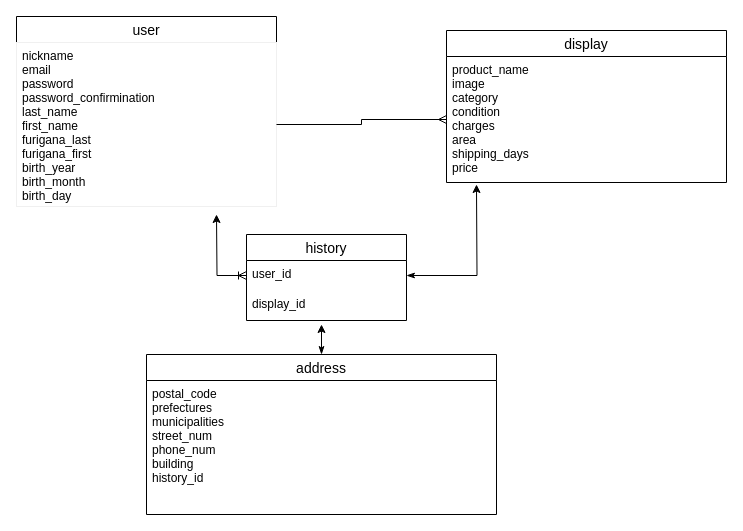
Before: furima.dio in isseiyasuda/furima-31961, a draw.io diagram. Source tidied: cells renumbered, new cells numbered last; positions are measured from the earlier drawing's top-left corner, leaving out a move shared by most shapes. Both pictures are drawn from the tidied source at 100%, with x=0, y=0 at pixel (16, 16).
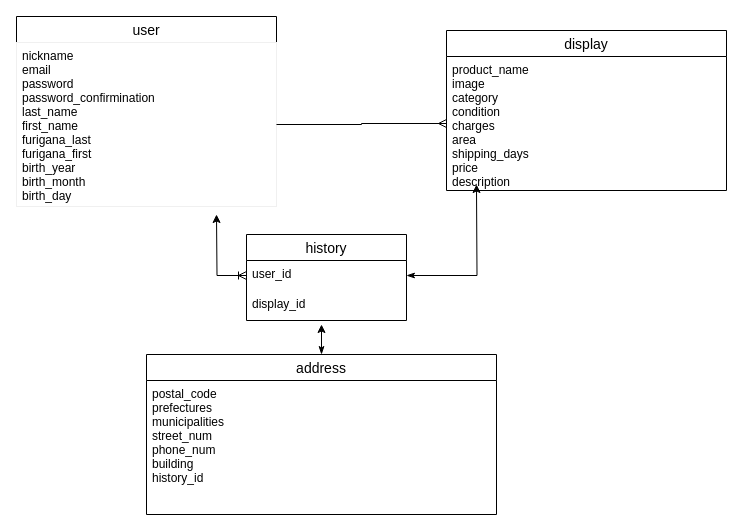
The same page after the edit.

Change to the diagram source:
```diff
@@
 <mxGraphModel>
   <root>
     <mxCell id="0" />
     <mxCell id="1" parent="0" />
     <mxCell id="2" value="user" style="swimlane;fontStyle=0;horizontal=1;startSize=26;align=center;fontSize=14;" parent="1" vertex="1">
       <mxGeometry width="260" height="190" as="geometry" />
     </mxCell>
     <mxCell id="3" value="nickname&#10;email&#10;password&#10;password_confirmination&#10;last_name&#10;first_name&#10;furigana_last&#10;furigana_first&#10;birth_year&#10;birth_month&#10;birth_day&#10;" style="text;fillColor=none;spacingLeft=4;spacingRight=4;overflow=hidden;points=[[0,0.5],[1,0.5]];portConstraint=eastwest;fontSize=12;strokeColor=#f0f0f0;" parent="2" vertex="1">
       <mxGeometry y="26" width="260" height="164" as="geometry" />
     </mxCell>
     <mxCell id="4" value="display" style="swimlane;fontStyle=0;horizontal=1;startSize=26;align=center;fontSize=14;" parent="1" vertex="1">
-      <mxGeometry x="430" y="14" width="280" height="152" as="geometry" />
+      <mxGeometry x="430" y="14" width="280" height="160" as="geometry" />
     </mxCell>
-    <mxCell id="5" value="product_name&#10;image&#10;category&#10;condition&#10;charges&#10;area&#10;shipping_days&#10;price" style="text;strokeColor=none;fillColor=none;spacingLeft=4;spacingRight=4;overflow=hidden;points=[[0,0.5],[1,0.5]];portConstraint=eastwest;fontSize=12;" parent="4" vertex="1">
-      <mxGeometry y="26" width="280" height="126" as="geometry" />
+    <mxCell id="5" value="product_name&#10;image&#10;category&#10;condition&#10;charges&#10;area&#10;shipping_days&#10;price&#10;description" style="text;strokeColor=none;fillColor=none;spacingLeft=4;spacingRight=4;overflow=hidden;points=[[0,0.5],[1,0.5]];portConstraint=eastwest;fontSize=12;" parent="4" vertex="1">
+      <mxGeometry y="26" width="280" height="134" as="geometry" />
     </mxCell>
     <mxCell id="6" style="edgeStyle=orthogonalEdgeStyle;rounded=0;jettySize=auto;html=1;exitX=0.5;exitY=0;exitDx=0;exitDy=0;startArrow=classicThin;startFill=1;" parent="1" edge="1" source="7">
       <mxGeometry relative="1" as="geometry">
         <mxPoint x="305" y="308" as="targetPoint" />
       </mxGeometry>
     </mxCell>
     <mxCell id="7" value="address" style="swimlane;fontStyle=0;horizontal=1;startSize=26;align=center;fontSize=14;" parent="1" vertex="1">
       <mxGeometry x="130" y="338" width="350" height="160" as="geometry" />
     </mxCell>
     <mxCell id="8" value="postal_code&#10;prefectures&#10;municipalities&#10;street_num&#10;phone_num&#10;building&#10;history_id" style="text;strokeColor=none;fillColor=none;spacingLeft=4;spacingRight=4;overflow=hidden;fontSize=12;" parent="7" vertex="1">
       <mxGeometry y="26" width="350" height="134" as="geometry" />
     </mxCell>
     <mxCell id="9" style="edgeStyle=orthogonalEdgeStyle;rounded=0;jettySize=auto;html=1;entryX=0;entryY=0.5;entryDx=0;entryDy=0;endArrow=ERmany;endFill=0;" parent="1" edge="1" source="3" target="5">
       <mxGeometry relative="1" as="geometry" />
     </mxCell>
     <mxCell id="10" value="history" style="swimlane;fontStyle=0;horizontal=1;startSize=26;align=center;fontSize=14;" parent="1" vertex="1">
       <mxGeometry x="230" y="218" width="160" height="86" as="geometry" />
     </mxCell>
     <mxCell id="11" value="user_id" style="text;fillColor=none;spacingLeft=4;spacingRight=4;overflow=hidden;points=[[0,0.5],[1,0.5]];portConstraint=eastwest;fontSize=12;" parent="10" vertex="1">
       <mxGeometry y="26" width="160" height="30" as="geometry" />
     </mxCell>
     <mxCell id="12" value="display_id" style="text;strokeColor=none;fillColor=none;spacingLeft=4;spacingRight=4;overflow=hidden;fontSize=12;" parent="10" vertex="1">
       <mxGeometry y="56" width="160" height="30" as="geometry" />
     </mxCell>
     <mxCell id="13" style="edgeStyle=orthogonalEdgeStyle;rounded=0;jettySize=auto;html=1;exitX=0;exitY=0.5;exitDx=0;exitDy=0;startArrow=ERoneToMany;startFill=0;" parent="1" edge="1" source="11">
       <mxGeometry relative="1" as="geometry">
         <mxPoint x="200" y="198" as="targetPoint" />
       </mxGeometry>
     </mxCell>
     <mxCell id="14" style="edgeStyle=orthogonalEdgeStyle;rounded=0;jettySize=auto;html=1;exitX=1;exitY=0.5;exitDx=0;exitDy=0;startArrow=classicThin;startFill=1;" parent="1" edge="1" source="11">
       <mxGeometry relative="1" as="geometry">
         <mxPoint x="460" y="168" as="targetPoint" />
       </mxGeometry>
     </mxCell>
   </root>
 </mxGraphModel>
```
